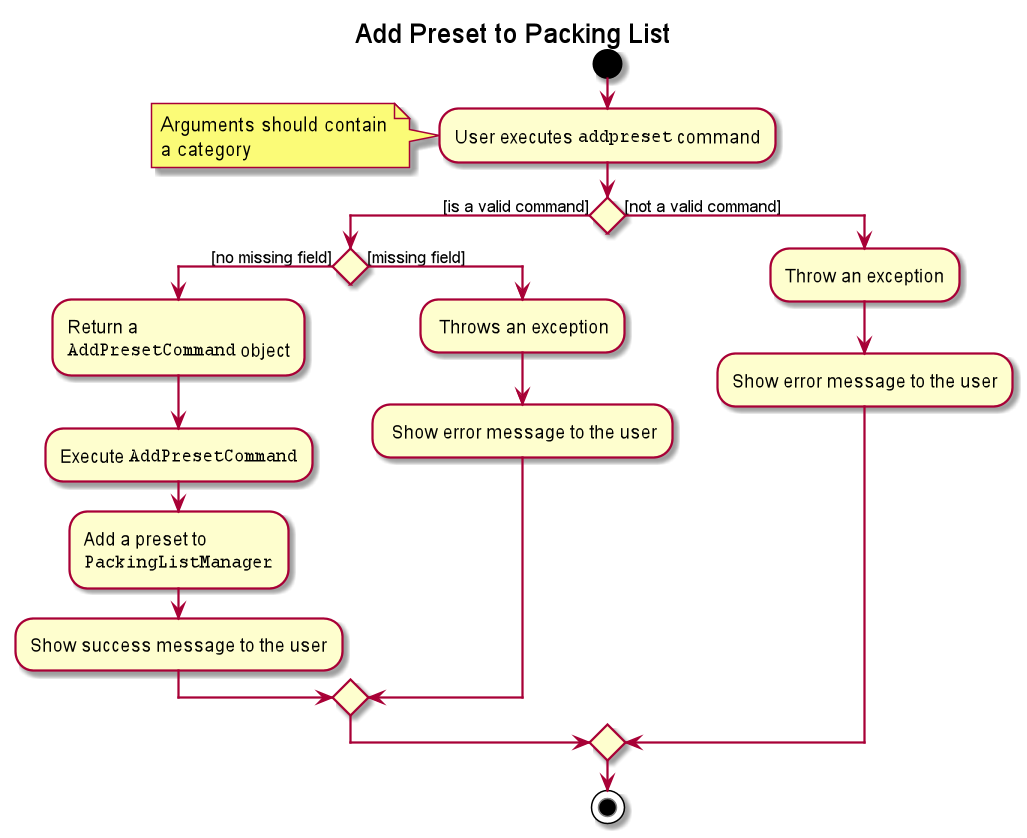
This is docs/images/developer-guide/packing-list/AddPackingListActivityDiagram.png from zenatrick/main, a PlantUML export, as it was before one commit.
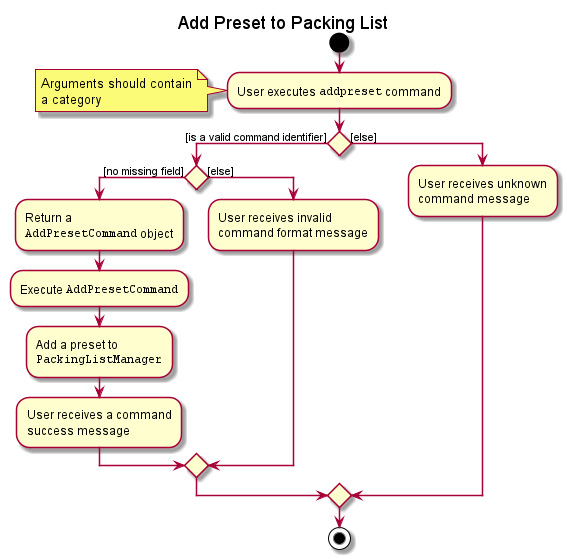
Later version of the same file.

Commit message:
Edit Add Preset command uml

Diff of the diagram source:
```diff
@@ -9,7 +9,7 @@
   a category
 end note
 
-if () then ([is a valid command])
+if () then ([is a valid command identifier])
 
 
     if () then ([no missing field])
@@ -22,18 +22,18 @@
             :Add a preset to
             ""PackingListManager"";
 
-            :Show success message to the user;
+            :User receives a command
+            success message;
 
-    else ([missing field])
-            : Throws an exception;
-
-            : Show error message to the user;
+    else ([else])
+            :User receives invalid
+            command format message;
     endif
 
-else ([not a valid command])
-    :Throw an exception;
+else ([else])
+    :User receives unknown
+    command message;
 
-    :Show error message to the user;
 endif
 
 stop
```
